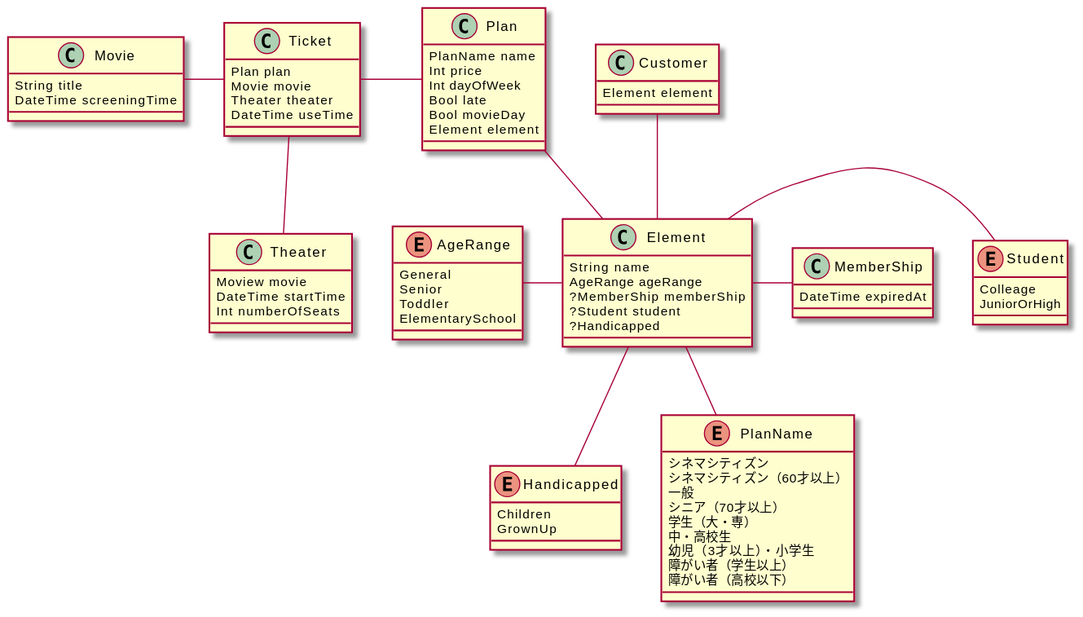
Earlier version of the PlantUML export docs/model.svg (mstysk/tickets-modeling).
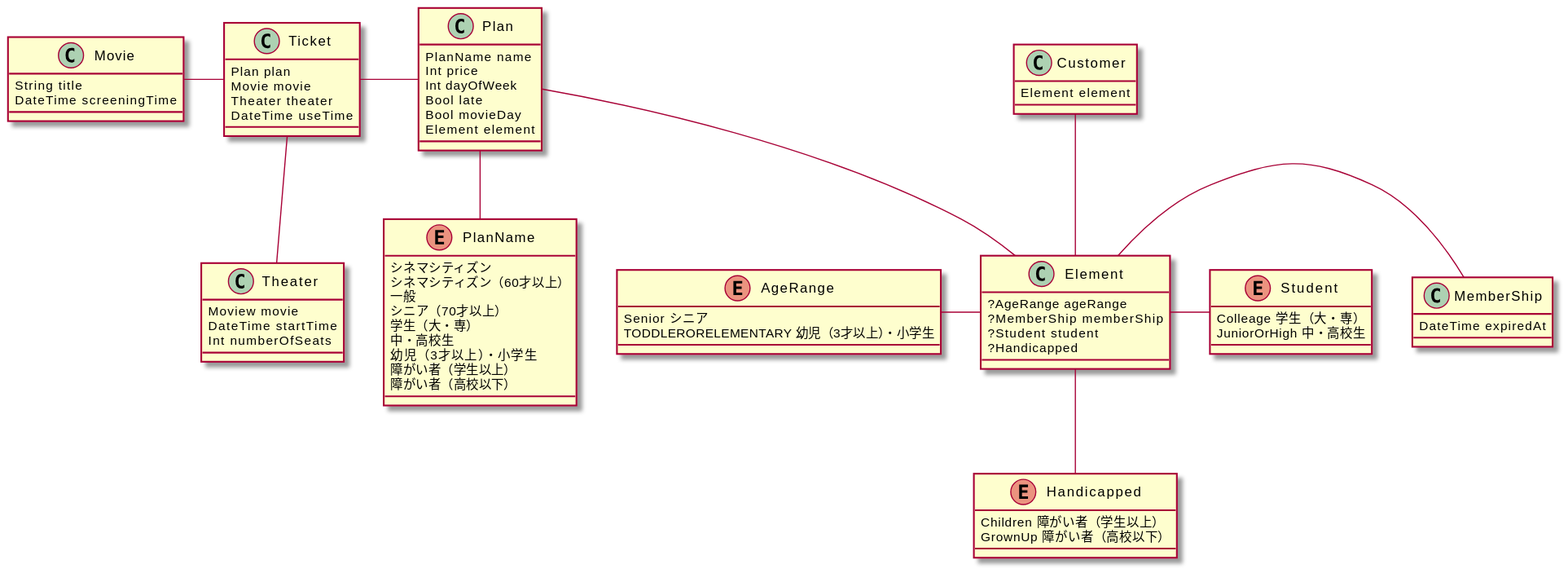
The same diagram one commit later.

What changed in the source:
```diff
@@ -18,8 +18,7 @@
 }
 
 class Element {
-    String name
-    AgeRange ageRange
+    ?AgeRange ageRange
     ?MemberShip memberShip
     ?Student student
     ?Handicapped
@@ -30,20 +29,18 @@
 }
 
 enum Student {
-    Colleage
-    JuniorOrHigh
+    Colleage 学生（大・専）
+    JuniorOrHigh 中・高校生
 }
 
 enum Handicapped {
-    Children
-    GrownUp
+    Children 障がい者（学生以上）
+    GrownUp 障がい者（高校以下）
 }
 
 enum AgeRange {
-    General
-    Senior
-    Toddler
-    ElementarySchool
+    Senior シニア
+    TODDLERORELEMENTARY 幼児（3才以上）・小学生
 }
 
 enum PlanName {
@@ -79,6 +76,6 @@
 Element -left- AgeRange
 Element -right- Student
 Element -down- Handicapped
-Element -- PlanName
+Plan -- PlanName
 Customer -- Element
 @enduml
```
